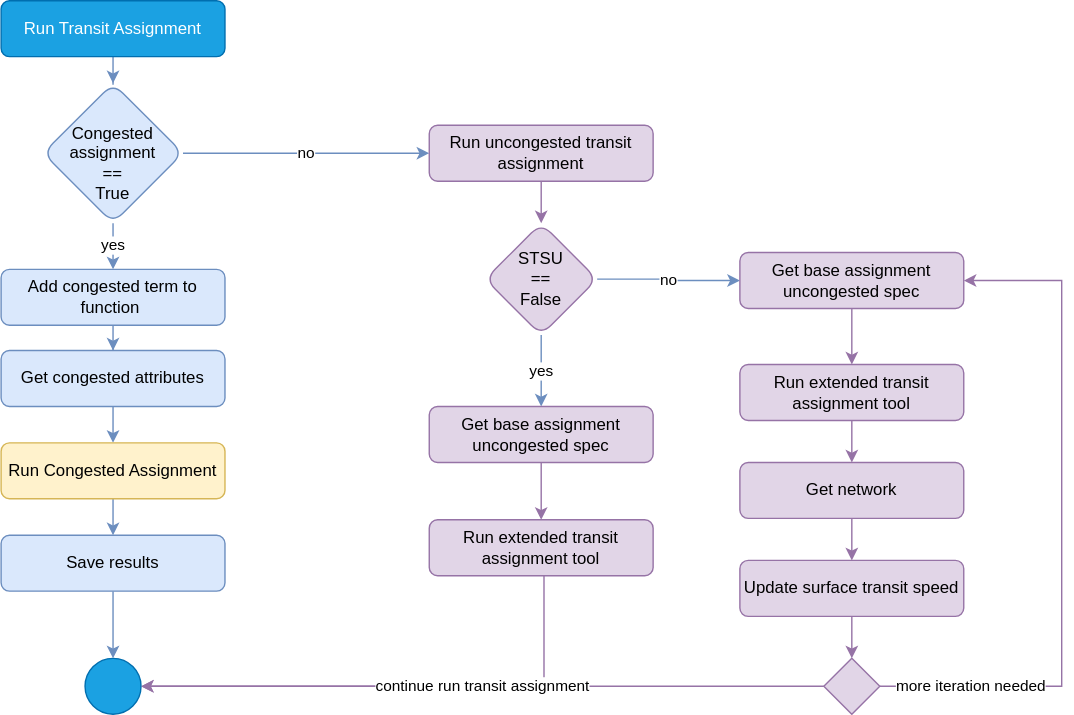
Before: tmg-documentation/2.0/tmgtoolbox2_emme/tools/Assign/images/run_uncongested_assignment_flow.svg, a diagram exported from draw.io (TravelModellingGroup/Documentation). Source tidied: cells renumbered, new cells last; positions are measured from the earlier drawing's top-left corner, leaving out a move shared by most shapes.
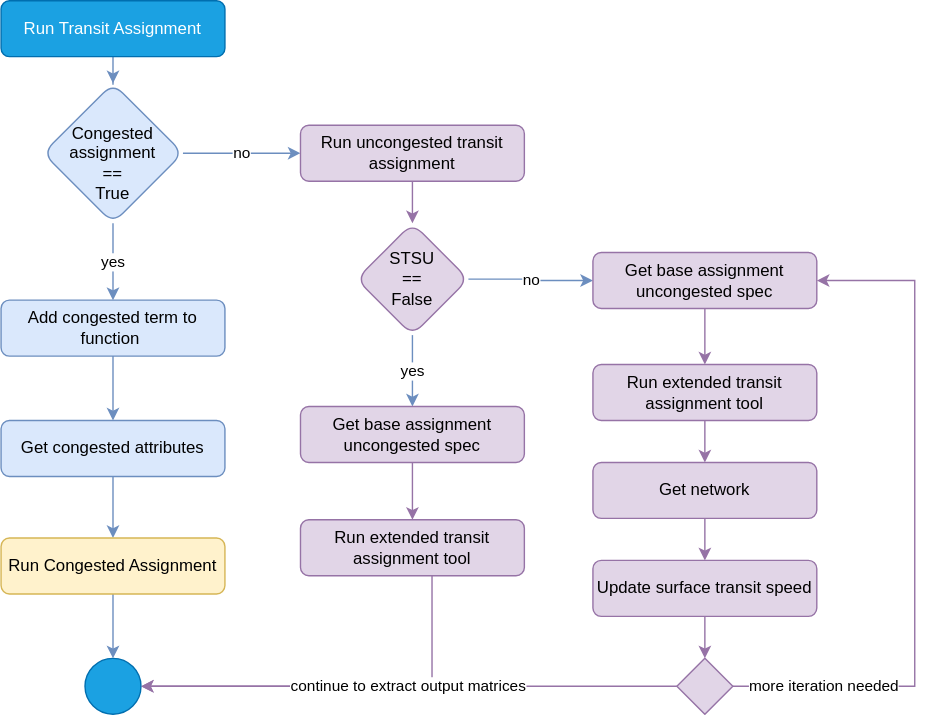
After the change.

Commit message:
adjusted all transit flows

Change to the diagram source:
```diff
@@ -21,31 +21,25 @@
       <mxGeometry relative="1" as="geometry" />
     </mxCell>
     <mxCell id="8" value="Add congested term to function&amp;nbsp;" style="whiteSpace=wrap;html=1;fillColor=#dae8fc;strokeColor=#6c8ebf;rounded=1;" parent="1" vertex="1">
-      <mxGeometry y="192" width="160" height="40" as="geometry" />
+      <mxGeometry y="214" width="160" height="40" as="geometry" />
     </mxCell>
     <mxCell id="9" style="edgeStyle=orthogonalEdgeStyle;shape=connector;rounded=0;jettySize=auto;html=1;labelBackgroundColor=default;fontFamily=Helvetica;fontSize=11;fontColor=default;endArrow=classic;strokeColor=#6c8ebf;fillColor=#dae8fc;" parent="1" edge="1" source="10" target="12">
       <mxGeometry relative="1" as="geometry" />
     </mxCell>
     <mxCell id="10" value="Get congested attributes" style="whiteSpace=wrap;html=1;fillColor=#dae8fc;strokeColor=#6c8ebf;rounded=1;" parent="1" vertex="1">
-      <mxGeometry y="250" width="160" height="40" as="geometry" />
+      <mxGeometry y="300" width="160" height="40" as="geometry" />
     </mxCell>
-    <mxCell id="11" style="edgeStyle=orthogonalEdgeStyle;shape=connector;rounded=0;jettySize=auto;html=1;labelBackgroundColor=default;fontFamily=Helvetica;fontSize=11;fontColor=default;endArrow=classic;strokeColor=#6c8ebf;fillColor=#dae8fc;" parent="1" edge="1" source="12" target="14">
-      <mxGeometry relative="1" as="geometry" />
-    </mxCell>
+    <mxCell id="36" style="edgeStyle=orthogonalEdgeStyle;rounded=0;jettySize=auto;html=1;entryX=0.5;entryY=0;entryDx=0;entryDy=0;fillColor=#dae8fc;strokeColor=#6c8ebf;" parent="1" edge="1" source="12" target="32">
+      <mxGeometry relative="1" as="geometry" />
+    </mxCell>
     <mxCell id="12" value="Run Congested Assignment" style="whiteSpace=wrap;html=1;fillColor=#fff2cc;strokeColor=#d6b656;rounded=1;" parent="1" vertex="1">
-      <mxGeometry y="316" width="160" height="40" as="geometry" />
+      <mxGeometry y="384" width="160" height="40" as="geometry" />
     </mxCell>
-    <mxCell id="13" style="edgeStyle=orthogonalEdgeStyle;shape=connector;rounded=0;jettySize=auto;html=1;labelBackgroundColor=default;fontFamily=Helvetica;fontSize=11;fontColor=default;endArrow=classic;strokeColor=#6c8ebf;fillColor=#dae8fc;" parent="1" edge="1" source="14" target="32">
-      <mxGeometry relative="1" as="geometry" />
-    </mxCell>
-    <mxCell id="14" value="Save results" style="whiteSpace=wrap;html=1;fillColor=#dae8fc;strokeColor=#6c8ebf;rounded=1;" parent="1" vertex="1">
-      <mxGeometry y="382" width="160" height="40" as="geometry" />
-    </mxCell>
     <mxCell id="15" style="edgeStyle=orthogonalEdgeStyle;shape=connector;rounded=0;jettySize=auto;html=1;labelBackgroundColor=default;fontFamily=Helvetica;fontSize=11;fontColor=default;endArrow=classic;strokeColor=#9673a6;fillColor=#e1d5e7;" parent="1" edge="1" source="16" target="19">
       <mxGeometry relative="1" as="geometry" />
     </mxCell>
     <mxCell id="16" value="Run uncongested transit assignment" style="whiteSpace=wrap;html=1;fillColor=#e1d5e7;strokeColor=#9673a6;rounded=1;" parent="1" vertex="1">
-      <mxGeometry x="306" y="89" width="160" height="40" as="geometry" />
+      <mxGeometry x="214" y="89" width="160" height="40" as="geometry" />
     </mxCell>
     <mxCell id="17" value="yes" style="edgeStyle=orthogonalEdgeStyle;shape=connector;rounded=0;jettySize=auto;html=1;labelBackgroundColor=default;fontFamily=Helvetica;fontSize=11;fontColor=default;endArrow=classic;strokeColor=#6c8ebf;fillColor=#dae8fc;" parent="1" edge="1" source="19" target="21">
       <mxGeometry relative="1" as="geometry" />
@@ -54,64 +48,64 @@
       <mxGeometry relative="1" as="geometry" />
     </mxCell>
     <mxCell id="19" value="STSU &lt;br&gt;== &lt;br&gt;False" style="rhombus;whiteSpace=wrap;html=1;fillColor=#e1d5e7;strokeColor=#9673a6;rounded=1;" parent="1" vertex="1">
-      <mxGeometry x="346" y="159" width="80" height="80" as="geometry" />
+      <mxGeometry x="254" y="159" width="80" height="80" as="geometry" />
     </mxCell>
     <mxCell id="20" style="edgeStyle=orthogonalEdgeStyle;rounded=0;jettySize=auto;html=1;fillColor=#e1d5e7;strokeColor=#9673a6;" parent="1" edge="1" source="21" target="29">
       <mxGeometry relative="1" as="geometry" />
     </mxCell>
     <mxCell id="21" value="Get base assignment uncongested spec" style="whiteSpace=wrap;html=1;fillColor=#e1d5e7;strokeColor=#9673a6;rounded=1;" parent="1" vertex="1">
-      <mxGeometry x="306" y="290" width="160" height="40" as="geometry" />
+      <mxGeometry x="214" y="290" width="160" height="40" as="geometry" />
     </mxCell>
     <mxCell id="22" style="edgeStyle=orthogonalEdgeStyle;rounded=0;jettySize=auto;html=1;fillColor=#e1d5e7;strokeColor=#9673a6;" parent="1" edge="1" source="23" target="31">
       <mxGeometry relative="1" as="geometry" />
     </mxCell>
     <mxCell id="23" value="Get base assignment uncongested spec" style="whiteSpace=wrap;html=1;fillColor=#e1d5e7;strokeColor=#9673a6;rounded=1;" parent="1" vertex="1">
-      <mxGeometry x="528" y="180" width="160" height="40" as="geometry" />
+      <mxGeometry x="423" y="180" width="160" height="40" as="geometry" />
     </mxCell>
     <mxCell id="24" style="edgeStyle=orthogonalEdgeStyle;shape=connector;rounded=0;jettySize=auto;html=1;labelBackgroundColor=default;fontFamily=Helvetica;fontSize=11;fontColor=default;endArrow=classic;strokeColor=#9673a6;fillColor=#e1d5e7;" parent="1" edge="1" source="25" target="27">
       <mxGeometry relative="1" as="geometry" />
     </mxCell>
     <mxCell id="25" value="Get network" style="whiteSpace=wrap;html=1;fillColor=#e1d5e7;strokeColor=#9673a6;rounded=1;" parent="1" vertex="1">
-      <mxGeometry x="528" y="330" width="160" height="40" as="geometry" />
+      <mxGeometry x="423" y="330" width="160" height="40" as="geometry" />
     </mxCell>
     <mxCell id="26" style="edgeStyle=orthogonalEdgeStyle;shape=connector;rounded=0;jettySize=auto;html=1;labelBackgroundColor=default;fontFamily=Helvetica;fontSize=11;fontColor=default;endArrow=classic;strokeColor=#9673a6;fillColor=#e1d5e7;" parent="1" edge="1" source="27" target="35">
       <mxGeometry relative="1" as="geometry" />
     </mxCell>
     <mxCell id="27" value="Update surface transit speed" style="whiteSpace=wrap;html=1;fillColor=#e1d5e7;strokeColor=#9673a6;rounded=1;" parent="1" vertex="1">
-      <mxGeometry x="528" y="400" width="160" height="40" as="geometry" />
+      <mxGeometry x="423" y="400" width="160" height="40" as="geometry" />
     </mxCell>
     <mxCell id="28" style="edgeStyle=orthogonalEdgeStyle;shape=connector;rounded=0;jettySize=auto;html=1;entryX=1;entryY=0.5;entryDx=0;entryDy=0;labelBackgroundColor=default;fontFamily=Helvetica;fontSize=11;fontColor=default;endArrow=classic;strokeColor=#9673a6;fillColor=#e1d5e7;" parent="1" edge="1" source="29" target="32">
       <mxGeometry relative="1" as="geometry">
         <Array as="points">
-          <mxPoint x="388" y="490" />
+          <mxPoint x="308" y="490" />
         </Array>
       </mxGeometry>
     </mxCell>
     <mxCell id="29" value="Run extended transit assignment tool" style="whiteSpace=wrap;html=1;fillColor=#e1d5e7;strokeColor=#9673a6;rounded=1;" parent="1" vertex="1">
-      <mxGeometry x="306" y="371" width="160" height="40" as="geometry" />
+      <mxGeometry x="214" y="371" width="160" height="40" as="geometry" />
     </mxCell>
     <mxCell id="30" style="edgeStyle=orthogonalEdgeStyle;rounded=0;jettySize=auto;html=1;fillColor=#e1d5e7;strokeColor=#9673a6;" parent="1" edge="1" source="31" target="25">
       <mxGeometry relative="1" as="geometry" />
     </mxCell>
     <mxCell id="31" value="Run extended transit assignment tool" style="whiteSpace=wrap;html=1;fillColor=#e1d5e7;strokeColor=#9673a6;rounded=1;" parent="1" vertex="1">
-      <mxGeometry x="528" y="260" width="160" height="40" as="geometry" />
+      <mxGeometry x="423" y="260" width="160" height="40" as="geometry" />
     </mxCell>
     <mxCell id="32" style="ellipse;whiteSpace=wrap;html=1;fontFamily=Helvetica;fontSize=11;fillColor=#1ba1e2;strokeColor=#006EAF;fontColor=#ffffff;" parent="1" vertex="1">
       <mxGeometry x="60" y="470" width="40" height="40" as="geometry" />
     </mxCell>
-    <mxCell id="33" value="continue run transit assignment" style="edgeStyle=orthogonalEdgeStyle;shape=connector;rounded=0;jettySize=auto;html=1;labelBackgroundColor=default;fontFamily=Helvetica;fontSize=11;fontColor=default;endArrow=classic;strokeColor=#9673a6;fillColor=#e1d5e7;" parent="1" edge="1" source="35" target="32">
+    <mxCell id="33" value="continue to extract output matrices" style="edgeStyle=orthogonalEdgeStyle;shape=connector;rounded=0;jettySize=auto;html=1;labelBackgroundColor=default;fontFamily=Helvetica;fontSize=11;fontColor=default;endArrow=classic;strokeColor=#9673a6;fillColor=#e1d5e7;" parent="1" edge="1" source="35" target="32">
       <mxGeometry relative="1" as="geometry" />
     </mxCell>
     <mxCell id="34" value="more iteration needed" style="edgeStyle=orthogonalEdgeStyle;shape=connector;rounded=0;jettySize=auto;html=1;entryX=1;entryY=0.5;entryDx=0;entryDy=0;labelBackgroundColor=default;fontFamily=Helvetica;fontSize=11;fontColor=default;endArrow=classic;strokeColor=#9673a6;fillColor=#e1d5e7;" parent="1" edge="1" source="35" target="23">
       <mxGeometry x="-0.73" relative="1" as="geometry">
         <Array as="points">
-          <mxPoint x="758" y="490" />
-          <mxPoint x="758" y="200" />
+          <mxPoint x="653" y="490" />
+          <mxPoint x="653" y="200" />
         </Array>
       </mxGeometry>
     </mxCell>
     <mxCell id="35" style="rhombus;whiteSpace=wrap;html=1;fontFamily=Helvetica;fontSize=11;fillColor=#e1d5e7;strokeColor=#9673a6;" parent="1" vertex="1">
-      <mxGeometry x="588" y="470" width="40" height="40" as="geometry" />
+      <mxGeometry x="483" y="470" width="40" height="40" as="geometry" />
     </mxCell>
   </root>
 </mxGraphModel>
```
